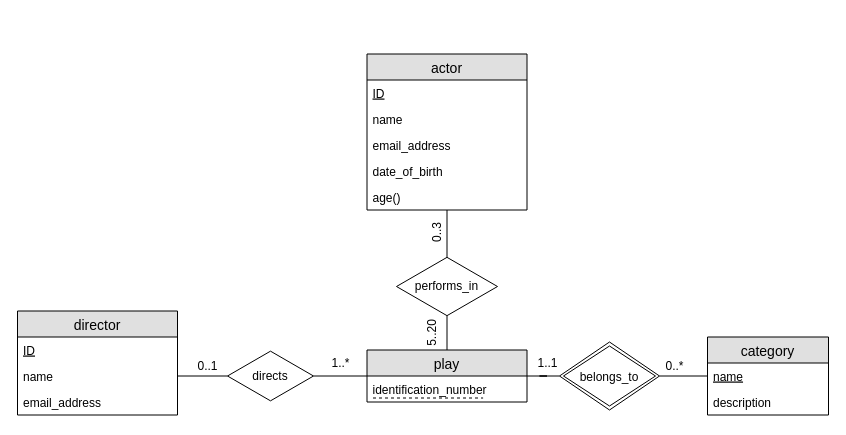
The draw.io diagram page "Page-3" (3 of 4) of Untitled Diagram.drawio in RomolaZhang/Databases, before the edit. Source tidied: cells renumbered, new cells numbered last; positions are measured from the earlier drawing's top-left corner, leaving out a move shared by most shapes. Both pictures are drawn from the tidied source at 100%, with x=0, y=0 at pixel (17, 53).
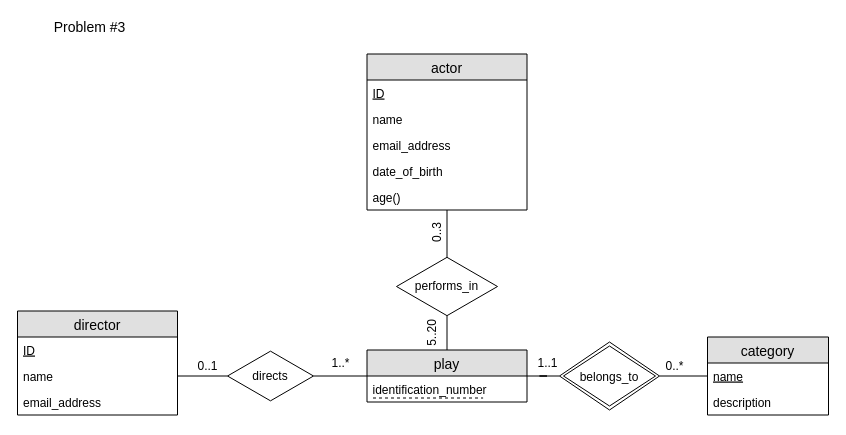
After the change.

Change to the diagram source:
```diff
@@
+    <mxCell id="33" value="&lt;font style=&quot;font-size: 14px&quot;&gt;Problem #3&lt;/font&gt;" style="text;html=1;align=center;verticalAlign=middle;fillColor=none;strokeColor=none;rounded=0;" parent="1" vertex="1">
+      <mxGeometry x="26.5" y="-36" width="90" height="20" as="geometry" />
+    </mxCell>
```
